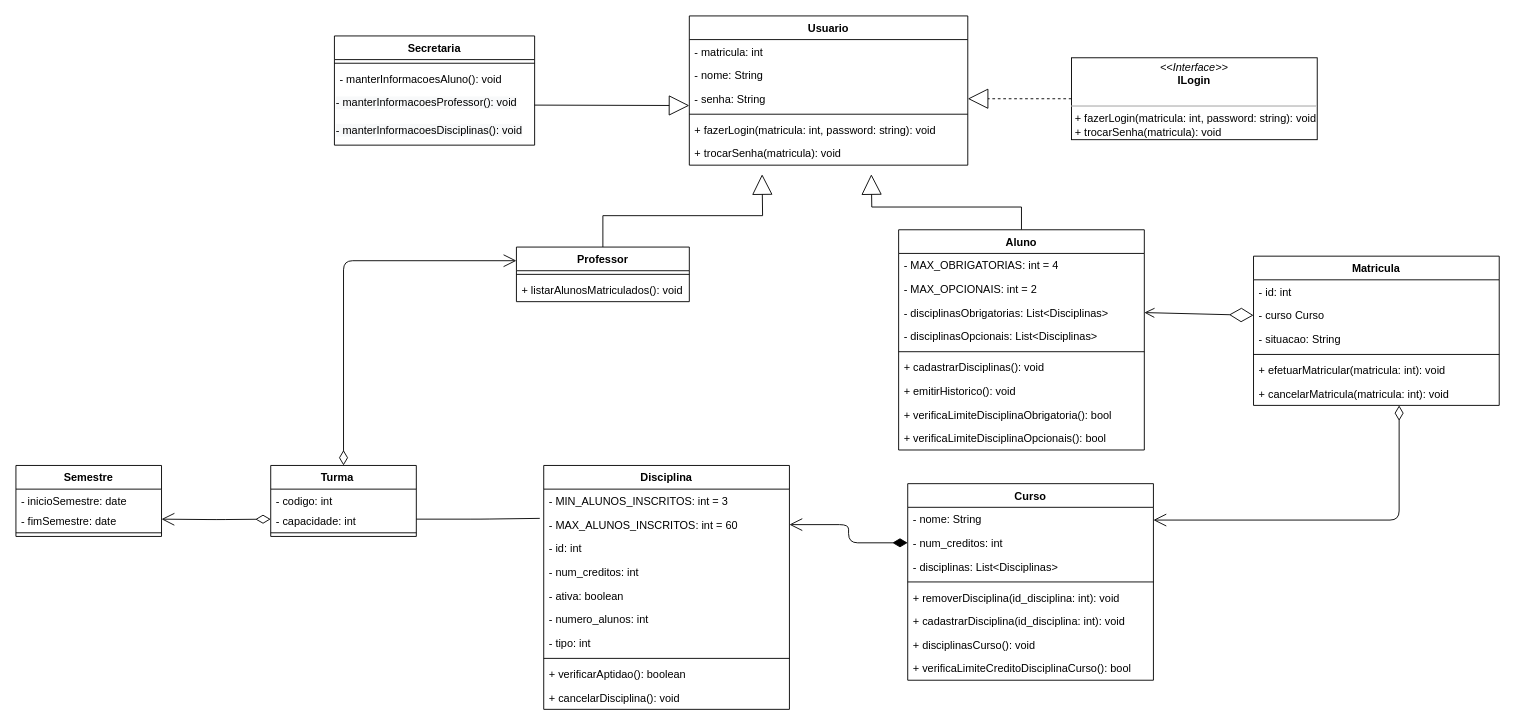
This is Diagrama de Classes Sistema de Matrículas.drawio from joeyclapton/projeto, a draw.io file, before an edit. Source tidied: cells renumbered, new cells numbered last; positions are measured from the earlier drawing's top-left corner, leaving out a move shared by most shapes. Both pictures are drawn from the tidied source at 91%, with x=0, y=0 at pixel (15, 15).
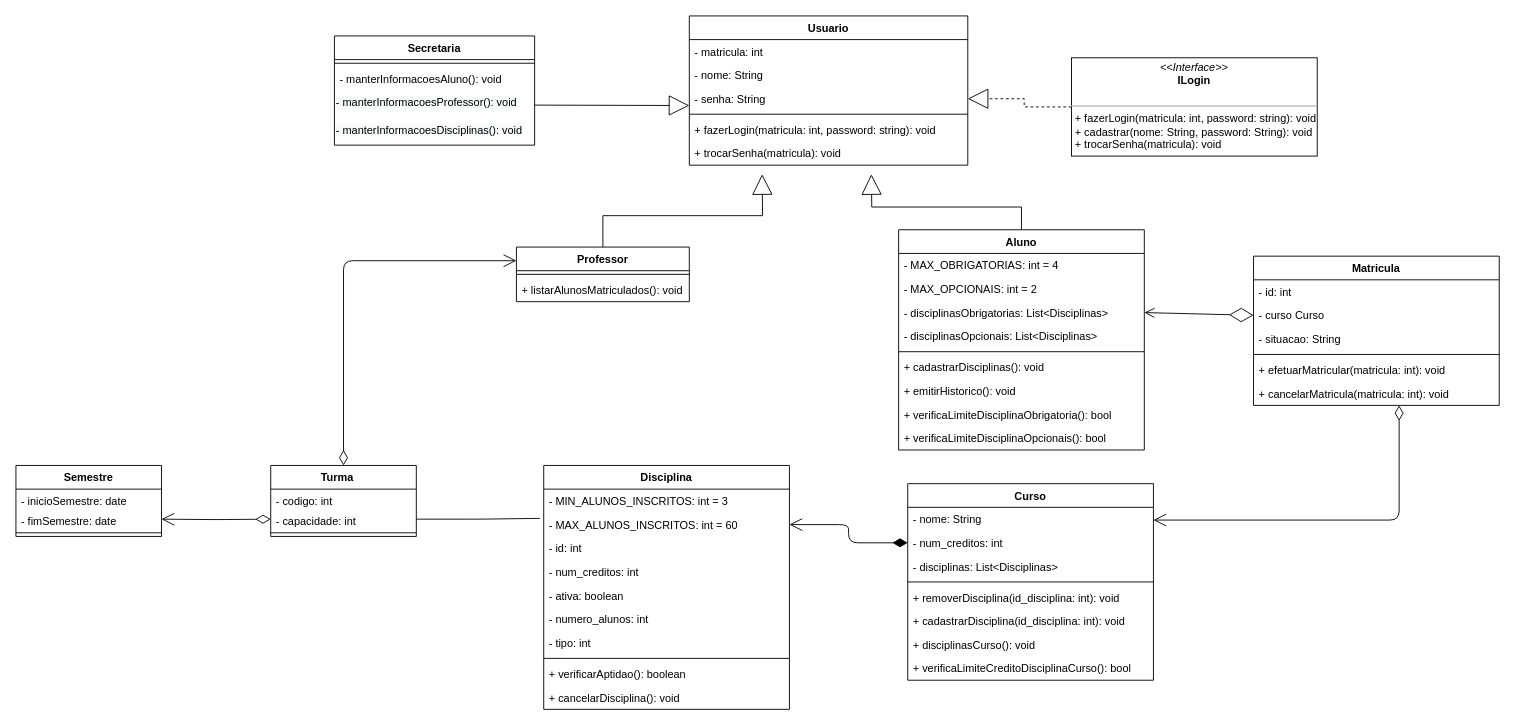
The same diagram, later.

Change to the diagram source:
```diff
@@
-    <mxCell id="61" value="&lt;p style=&quot;margin: 0px ; margin-top: 4px ; text-align: center&quot;&gt;&lt;i&gt;&amp;lt;&amp;lt;Interface&amp;gt;&amp;gt;&lt;/i&gt;&lt;br&gt;&lt;b&gt;ILogin&lt;/b&gt;&lt;/p&gt;&lt;p style=&quot;margin: 0px ; margin-left: 4px&quot;&gt;&lt;br&gt;&lt;/p&gt;&lt;hr size=&quot;1&quot;&gt;&lt;p style=&quot;margin: 0px ; margin-left: 4px&quot;&gt;+ fazerLogin(matricula: int, password: string): void&lt;br&gt;+ trocarSenha(matricula): void&lt;/p&gt;" style="verticalAlign=top;align=left;overflow=fill;fontSize=12;fontFamily=Helvetica;html=1;" parent="1" vertex="1">
-      <mxGeometry x="1160" y="46" width="270" height="90" as="geometry" />
+    <mxCell id="61" value="&lt;p style=&quot;margin: 0px ; margin-top: 4px ; text-align: center&quot;&gt;&lt;i&gt;&amp;lt;&amp;lt;Interface&amp;gt;&amp;gt;&lt;/i&gt;&lt;br&gt;&lt;b&gt;ILogin&lt;/b&gt;&lt;/p&gt;&lt;p style=&quot;margin: 0px ; margin-left: 4px&quot;&gt;&lt;br&gt;&lt;/p&gt;&lt;hr size=&quot;1&quot;&gt;&lt;p style=&quot;margin: 0px ; margin-left: 4px&quot;&gt;+ fazerLogin(matricula: int, password: string): void&lt;br&gt;+ cadastrar(nome: String, password: String): void&lt;/p&gt;&lt;p style=&quot;margin: 0px ; margin-left: 4px&quot;&gt;+ trocarSenha(matricula): void&lt;br&gt;&lt;/p&gt;" style="verticalAlign=top;align=left;overflow=fill;fontSize=12;fontFamily=Helvetica;html=1;" parent="1" vertex="1">
+      <mxGeometry x="1160" y="46" width="270" height="108" as="geometry" />
     </mxCell>
```
